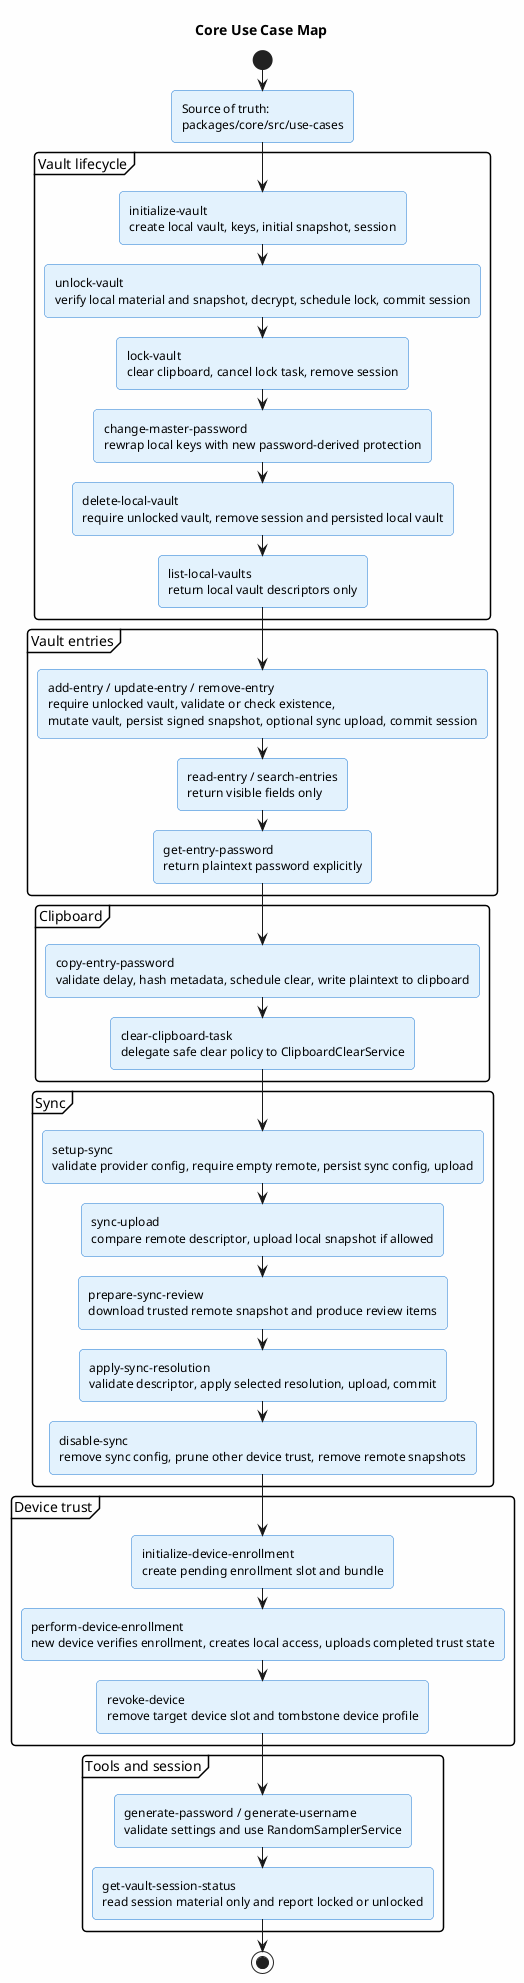
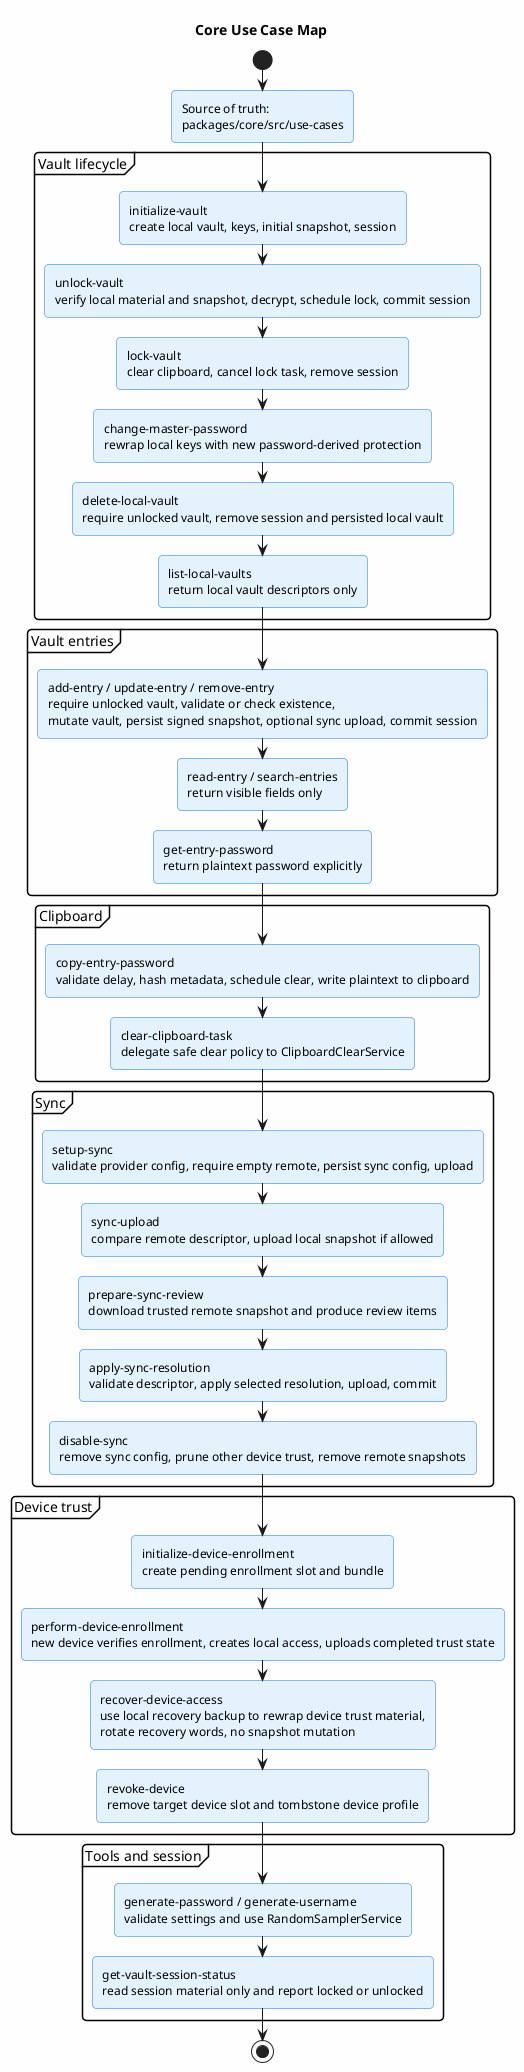
@startuml core-use-case-map
title Core Use Case Map

skinparam backgroundColor #FEFEFE
skinparam roundcorner 8
skinparam shadowing false
skinparam activity {
  BackgroundColor #E3F2FD
  BorderColor #1976D2
}

start
:Source of truth:\npackages/core/src/use-cases;

partition "Vault lifecycle" {
  :initialize-vault\ncreate local vault, keys, initial snapshot, session;
  :unlock-vault\nverify local material and snapshot, decrypt, schedule lock, commit session;
  :lock-vault\nclear clipboard, cancel lock task, remove session;
  :change-master-password\nrewrap local keys with new password-derived protection;
  :delete-local-vault\nrequire unlocked vault, remove session and persisted local vault;
  :list-local-vaults\nreturn local vault descriptors only;
}

partition "Vault entries" {
  :add-entry / update-entry / remove-entry\nrequire unlocked vault, validate or check existence,\nmutate vault, persist signed snapshot, optional sync upload, commit session;
  :read-entry / search-entries\nreturn visible fields only;
  :get-entry-password\nreturn plaintext password explicitly;
}

partition "Clipboard" {
  :copy-entry-password\nvalidate delay, hash metadata, schedule clear, write plaintext to clipboard;
  :clear-clipboard-task\ndelegate safe clear policy to ClipboardClearService;
}

partition "Sync" {
  :setup-sync\nvalidate provider config, require empty remote, persist sync config, upload;
  :sync-upload\ncompare remote descriptor, upload local snapshot if allowed;
  :prepare-sync-review\ndownload trusted remote snapshot and produce review items;
  :apply-sync-resolution\nvalidate descriptor, apply selected resolution, upload, commit;
  :disable-sync\nremove sync config, prune other device trust, remove remote snapshots;
}

partition "Device trust" {
  :initialize-device-enrollment\ncreate pending enrollment slot and bundle;
  :perform-device-enrollment\nnew device verifies enrollment, creates local access, uploads completed trust state;
+   :recover-device-access\nuse local recovery backup to rewrap device trust material,\nrotate recovery words, no snapshot mutation;
  :revoke-device\nremove target device slot and tombstone device profile;
}

partition "Tools and session" {
  :generate-password / generate-username\nvalidate settings and use RandomSamplerService;
  :get-vault-session-status\nread session material only and report locked or unlocked;
}

stop
@enduml
